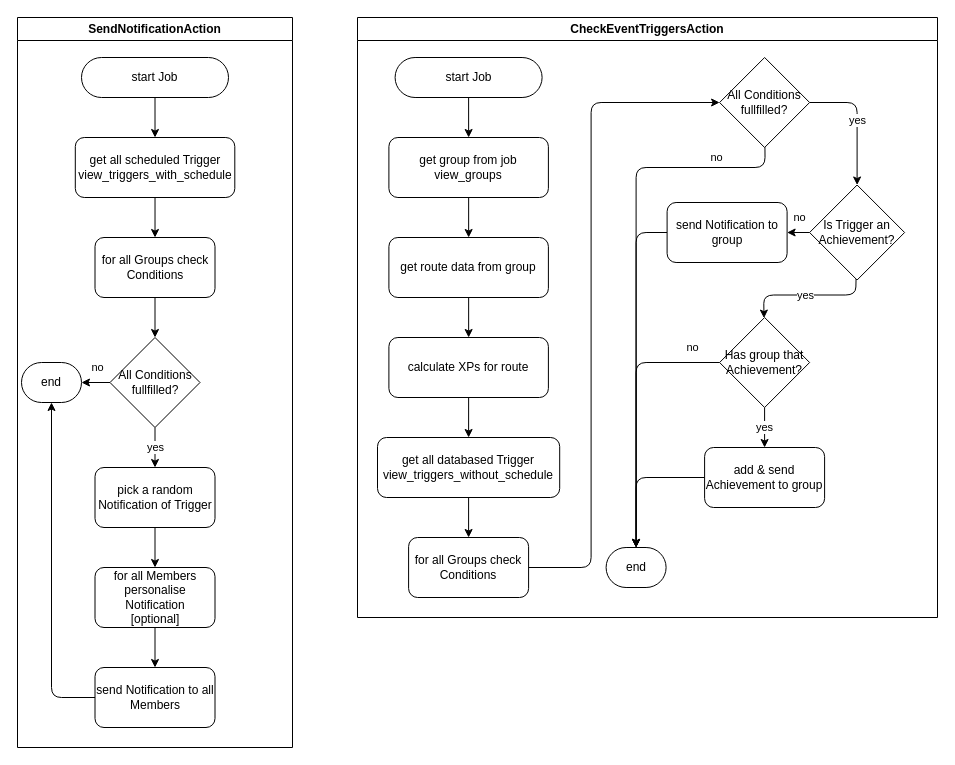
Before: Database/docs/action_flow.drawio in olHannes/WebPush-Docs, a draw.io diagram. Source tidied: cells renumbered, new cells numbered last; positions are measured from the earlier drawing's top-left corner, leaving out a move shared by most shapes. Both pictures are drawn from the tidied source at 100%, with x=0, y=0 at pixel (17, 17).
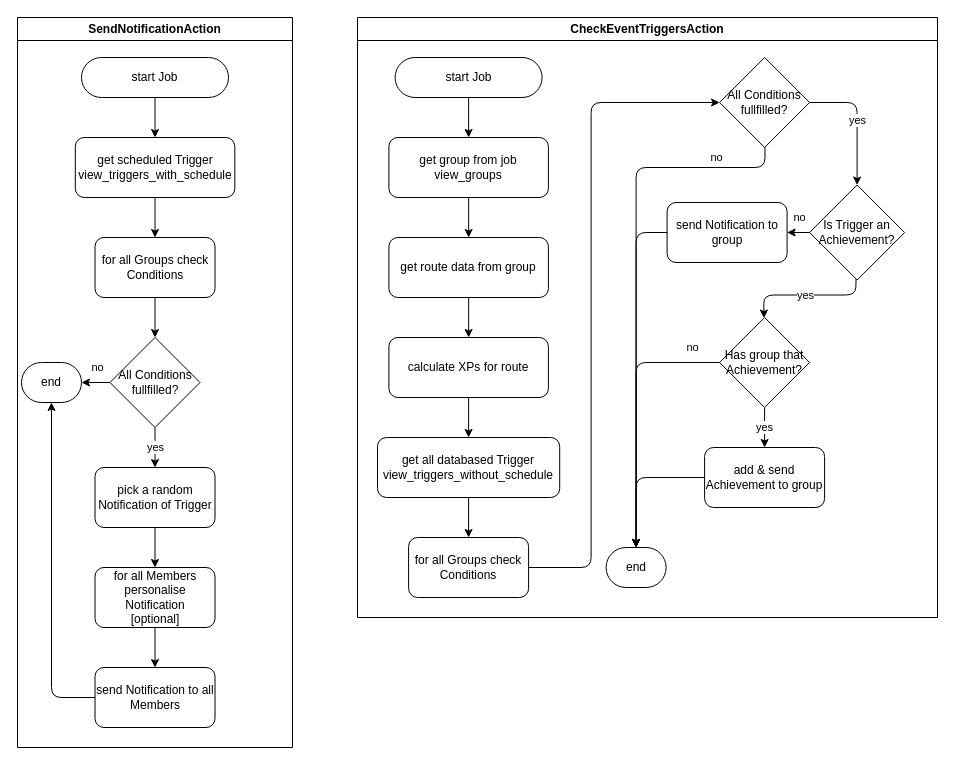
The same diagram, later.

Commit message:
correct wording

The change refers to these unchanged cells:
```xml
<mxCell id="2" value="SendNotificationAction" style="swimlane;whiteSpace=wrap;html=1;" parent="1" vertex="1">
  <mxGeometry width="275" height="730" as="geometry" />
</mxCell>
```

Change to the diagram source:
```diff
@@
-    <mxCell id="6" value="get all scheduled Trigger&lt;div&gt;view_triggers_with_schedule&lt;/div&gt;" style="rounded=1;whiteSpace=wrap;html=1;dashed=0;" parent="2" vertex="1">
+    <mxCell id="6" value="get scheduled Trigger&lt;div&gt;view_triggers_with_schedule&lt;/div&gt;" style="rounded=1;whiteSpace=wrap;html=1;dashed=0;" parent="2" vertex="1">
       <mxGeometry x="57.8" y="120" width="159.5" height="60" as="geometry" />
     </mxCell>
```
